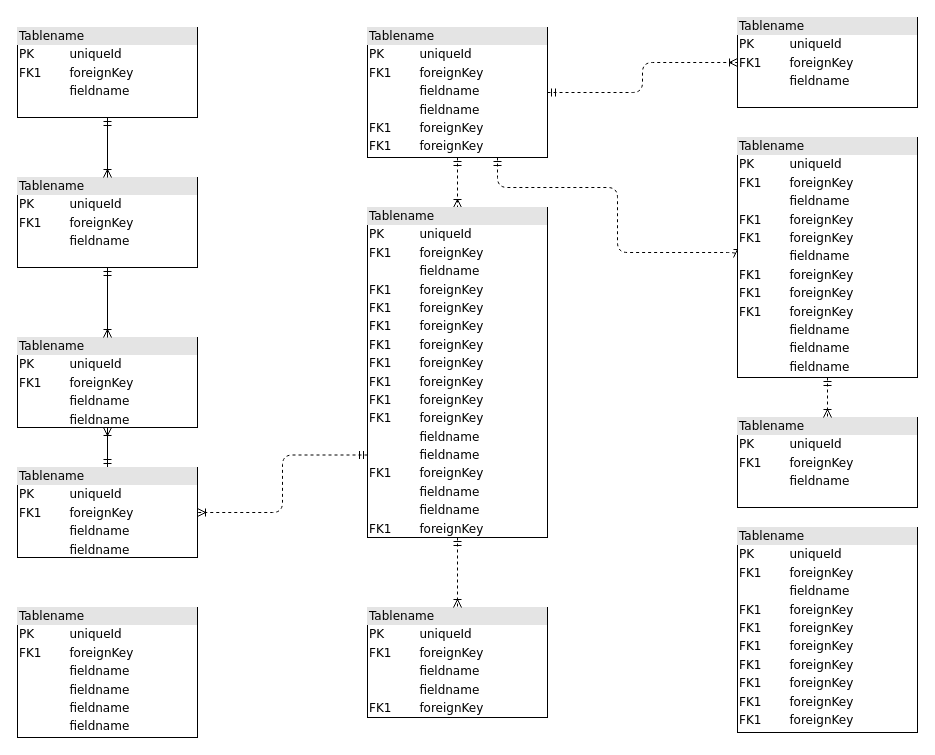
This is Untitled Diagram.drawio from mtaelp/lawyers, a draw.io file, before an edit. Source tidied: cells renumbered, new cells numbered last; positions are measured from the earlier drawing's top-left corner, leaving out a move shared by most shapes. Both pictures are drawn from the tidied source at 100%, with x=0, y=0 at pixel (17, 17).
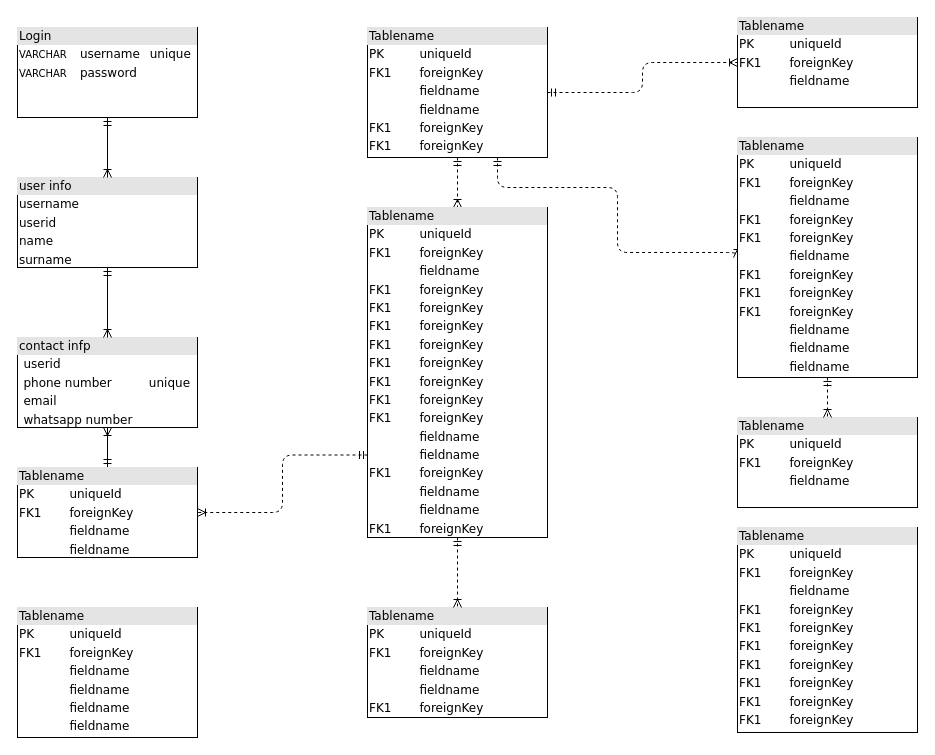
Above is the later version.

Change to the diagram source:
```diff
@@
-    <mxCell id="2" value="&lt;div style=&quot;box-sizing:border-box;width:100%;background:#e4e4e4;padding:2px;&quot;&gt;Tablename&lt;/div&gt;&lt;table style=&quot;width:100%;font-size:1em;&quot; cellpadding=&quot;2&quot; cellspacing=&quot;0&quot;&gt;&lt;tr&gt;&lt;td&gt;PK&lt;/td&gt;&lt;td&gt;uniqueId&lt;/td&gt;&lt;/tr&gt;&lt;tr&gt;&lt;td&gt;FK1&lt;/td&gt;&lt;td&gt;foreignKey&lt;/td&gt;&lt;/tr&gt;&lt;tr&gt;&lt;td&gt;&lt;/td&gt;&lt;td&gt;fieldname&lt;/td&gt;&lt;/tr&gt;&lt;/table&gt;" style="verticalAlign=top;align=left;overflow=fill;html=1;rounded=0;shadow=0;comic=0;labelBackgroundColor=none;strokeWidth=1;fontFamily=Verdana;fontSize=12;" parent="1" vertex="1">
+    <mxCell id="2" value="&lt;div style=&quot;box-sizing:border-box;width:100%;background:#e4e4e4;padding:2px;&quot;&gt;Login&lt;/div&gt;&lt;table style=&quot;width:100%;font-size:1em;&quot; cellpadding=&quot;2&quot; cellspacing=&quot;0&quot;&gt;&lt;tbody&gt;&lt;tr&gt;&lt;td&gt;&lt;span style=&quot;font-family: Verdana, sans-serif; background-color: rgb(255, 255, 255);&quot;&gt;&lt;font style=&quot;font-size: 10px;&quot;&gt;VARCHAR&lt;/font&gt;&lt;/span&gt;&lt;br&gt;&lt;/td&gt;&lt;td&gt;&lt;br&gt;&lt;/td&gt;&lt;td&gt;username&lt;/td&gt;&lt;td&gt;unique&lt;br&gt;&lt;/td&gt;&lt;/tr&gt;&lt;tr&gt;&lt;td&gt;&lt;span style=&quot;font-family: Verdana, sans-serif; font-size: 10px; background-color: rgb(255, 255, 255);&quot;&gt;VARCHAR&lt;/span&gt;&lt;br&gt;&lt;/td&gt;&lt;td&gt;&lt;br&gt;&lt;/td&gt;&lt;td&gt;password&lt;/td&gt;&lt;td&gt;&lt;br&gt;&lt;/td&gt;&lt;/tr&gt;&lt;tr&gt;&lt;td&gt;&lt;/td&gt;&lt;td&gt;&lt;br&gt;&lt;/td&gt;&lt;td&gt;&lt;br&gt;&lt;/td&gt;&lt;td&gt;&lt;br&gt;&lt;/td&gt;&lt;/tr&gt;&lt;/tbody&gt;&lt;/table&gt;" style="verticalAlign=top;align=left;overflow=fill;html=1;rounded=0;shadow=0;comic=0;labelBackgroundColor=none;strokeWidth=1;fontFamily=Verdana;fontSize=12;" parent="1" vertex="1">
       <mxGeometry y="10" width="180" height="90" as="geometry" />
     </mxCell>
@@
-    <mxCell id="10" value="&lt;div style=&quot;box-sizing: border-box ; width: 100% ; background: #e4e4e4 ; padding: 2px&quot;&gt;Tablename&lt;/div&gt;&lt;table style=&quot;width: 100% ; font-size: 1em&quot; cellpadding=&quot;2&quot; cellspacing=&quot;0&quot;&gt;&lt;tbody&gt;&lt;tr&gt;&lt;td&gt;PK&lt;/td&gt;&lt;td&gt;uniqueId&lt;/td&gt;&lt;/tr&gt;&lt;tr&gt;&lt;td&gt;FK1&lt;/td&gt;&lt;td&gt;foreignKey&lt;/td&gt;&lt;/tr&gt;&lt;tr&gt;&lt;td&gt;&lt;/td&gt;&lt;td&gt;fieldname&lt;/td&gt;&lt;/tr&gt;&lt;tr&gt;&lt;td&gt;&lt;br&gt;&lt;/td&gt;&lt;td&gt;fieldname&lt;br&gt;&lt;/td&gt;&lt;/tr&gt;&lt;/tbody&gt;&lt;/table&gt;" style="verticalAlign=top;align=left;overflow=fill;html=1;rounded=0;shadow=0;comic=0;labelBackgroundColor=none;strokeWidth=1;fontFamily=Verdana;fontSize=12;" parent="1" vertex="1">
+    <mxCell id="10" value="&lt;div style=&quot;box-sizing: border-box ; width: 100% ; background: #e4e4e4 ; padding: 2px&quot;&gt;contact infp&lt;/div&gt;&lt;table style=&quot;width: 100% ; font-size: 1em&quot; cellpadding=&quot;2&quot; cellspacing=&quot;0&quot;&gt;&lt;tbody&gt;&lt;tr&gt;&lt;td&gt;&lt;br&gt;&lt;/td&gt;&lt;td&gt;userid&lt;/td&gt;&lt;td&gt;&lt;br&gt;&lt;/td&gt;&lt;/tr&gt;&lt;tr&gt;&lt;td&gt;&lt;br&gt;&lt;/td&gt;&lt;td&gt;phone number&lt;/td&gt;&lt;td&gt;unique&lt;/td&gt;&lt;/tr&gt;&lt;tr&gt;&lt;td&gt;&lt;br&gt;&lt;/td&gt;&lt;td&gt;email&lt;/td&gt;&lt;td&gt;&lt;br&gt;&lt;/td&gt;&lt;/tr&gt;&lt;tr&gt;&lt;td&gt;&lt;/td&gt;&lt;td&gt;whatsapp number&lt;/td&gt;&lt;td&gt;&lt;br&gt;&lt;/td&gt;&lt;/tr&gt;&lt;tr&gt;&lt;td&gt;&lt;br&gt;&lt;/td&gt;&lt;td&gt;&lt;br&gt;&lt;/td&gt;&lt;td&gt;&lt;br&gt;&lt;/td&gt;&lt;/tr&gt;&lt;/tbody&gt;&lt;/table&gt;" style="verticalAlign=top;align=left;overflow=fill;html=1;rounded=0;shadow=0;comic=0;labelBackgroundColor=none;strokeWidth=1;fontFamily=Verdana;fontSize=12;" parent="1" vertex="1">
       <mxGeometry y="320" width="180" height="90" as="geometry" />
     </mxCell>
@@
-    <mxCell id="12" value="&lt;div style=&quot;box-sizing:border-box;width:100%;background:#e4e4e4;padding:2px;&quot;&gt;Tablename&lt;/div&gt;&lt;table style=&quot;width:100%;font-size:1em;&quot; cellpadding=&quot;2&quot; cellspacing=&quot;0&quot;&gt;&lt;tr&gt;&lt;td&gt;PK&lt;/td&gt;&lt;td&gt;uniqueId&lt;/td&gt;&lt;/tr&gt;&lt;tr&gt;&lt;td&gt;FK1&lt;/td&gt;&lt;td&gt;foreignKey&lt;/td&gt;&lt;/tr&gt;&lt;tr&gt;&lt;td&gt;&lt;/td&gt;&lt;td&gt;fieldname&lt;/td&gt;&lt;/tr&gt;&lt;/table&gt;" style="verticalAlign=top;align=left;overflow=fill;html=1;rounded=0;shadow=0;comic=0;labelBackgroundColor=none;strokeWidth=1;fontFamily=Verdana;fontSize=12;" parent="1" vertex="1">
+    <mxCell id="12" value="&lt;div style=&quot;box-sizing:border-box;width:100%;background:#e4e4e4;padding:2px;&quot;&gt;user info&lt;/div&gt;&lt;table style=&quot;width:100%;font-size:1em;&quot; cellpadding=&quot;2&quot; cellspacing=&quot;0&quot;&gt;&lt;tbody&gt;&lt;tr&gt;&lt;td&gt;username&lt;br&gt;&lt;/td&gt;&lt;/tr&gt;&lt;tr&gt;&lt;td&gt;userid&lt;/td&gt;&lt;/tr&gt;&lt;tr&gt;&lt;td&gt;name&lt;/td&gt;&lt;/tr&gt;&lt;tr&gt;&lt;td&gt;surname&lt;/td&gt;&lt;/tr&gt;&lt;/tbody&gt;&lt;/table&gt;" style="verticalAlign=top;align=left;overflow=fill;html=1;rounded=0;shadow=0;comic=0;labelBackgroundColor=none;strokeWidth=1;fontFamily=Verdana;fontSize=12;" parent="1" vertex="1">
       <mxGeometry y="160" width="180" height="90" as="geometry" />
     </mxCell>
```
